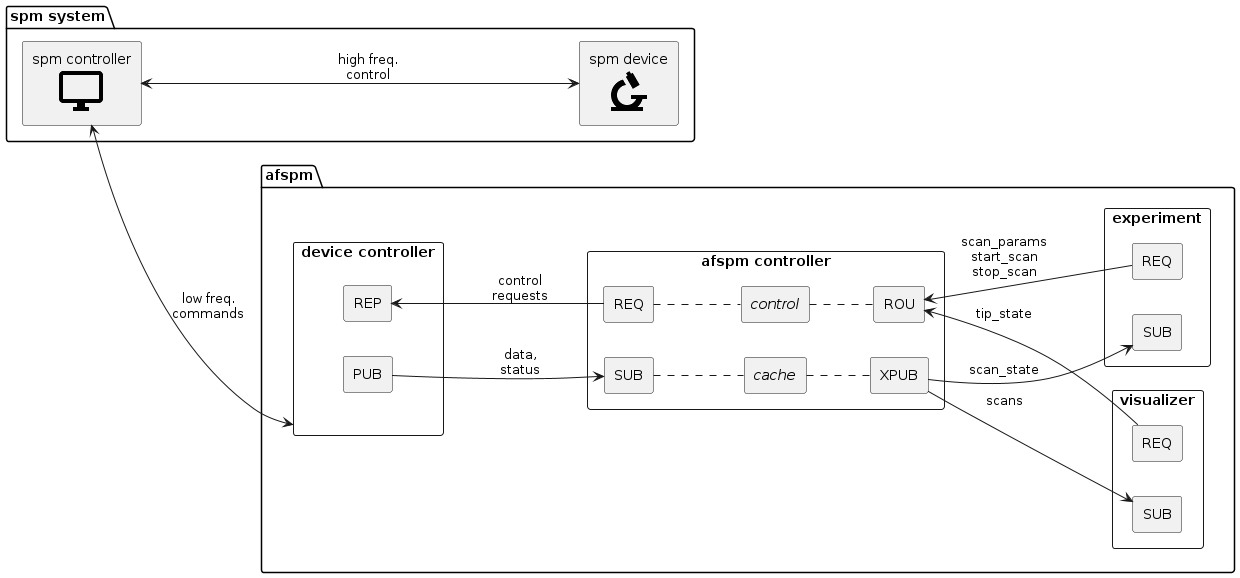
This is docs/images/afspm_control.png from nsulmol/afspm, a PlantUML export, as it was before one commit.
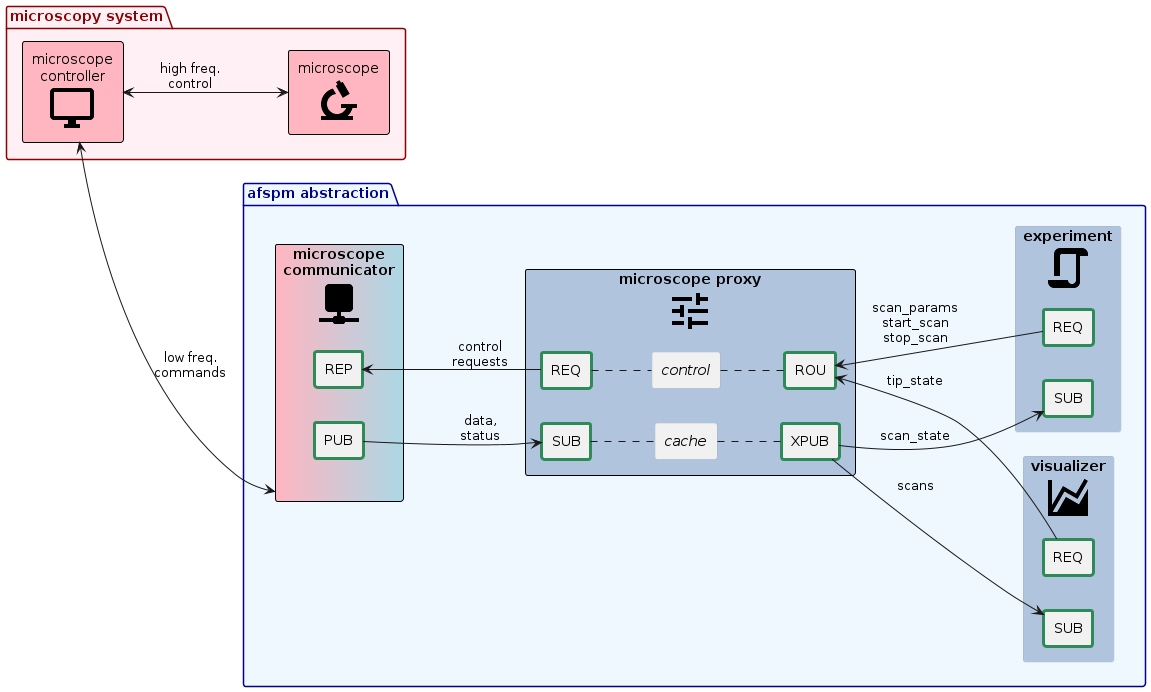
The same diagram one commit later.

Diff of the diagram source:
```diff
@@ -1,34 +1,29 @@
 @startuml
+!include style.puml
+!include microscopy.puml
 left to right direction
-skinparam componentStyle rectangle
-skinparam defaultTextAlignment center
-skinparam wrapWidth 200
-skinparam maxMessageSize 200
-!include <material/microscope>
-!include <material/monitor>
 
-package "spm system" as spm_system {
-  component "spm device\n<$ma_microscope>" as spmdev
-  component "spm controller\n<$ma_monitor>" as spmcon
-  spmcon <---> spmdev: high freq. \ncontrol
-}
+!include <material/network>
+!include <material/tune>
+!include <material/chart_areaspline>
+!include <material/script>
+
+package "afspm abstraction" <<groupinternal>> {
+  component "microscope\ncommunicator\n<$ma_network>" <<interface>> <<required>> as devcon {
+    component PUB <<socket>> as dc_pub
+    component REP <<socket>> as dc_rep
+  }
 
 
-package afspm {
-  component "device controller" as devcon {
-    component PUB as dc_pub
-    component REP as dc_rep
-  }
-
-  component "afspm controller" as afspm_con {
-    component SUB as afspm_sub
-    component XPUB as afspm_pub
+  component "microscope proxy\n<$ma_tune>" <<internal>> <<required>> as afspm_con {
+    component SUB <<socket>> as afspm_sub
+    component XPUB <<socket>> as afspm_pub
     component "//cache//" as afspm_cache
     afspm_sub .. afspm_cache
     afspm_cache .. afspm_pub
 
-    component REQ as afspm_req
-    component ROU as afspm_rou
+    component REQ <<socket>> as afspm_req
+    component ROU <<socket>> as afspm_rou
     component "//control//" as afspm_ctrl
     afspm_req .. afspm_ctrl
     afspm_ctrl .. afspm_rou
@@ -37,17 +32,18 @@
   dc_pub -d-> afspm_sub: data, \nstatus
   dc_rep <-d- afspm_req: control\nrequests
 
-  component experiment as experiment {
-    component SUB as exp_sub
-    component REQ as exp_req
+
+  component "experiment\n<$ma_script>" <<internal>> as exp {
+    component SUB <<socket>> as exp_sub
+    component REQ <<socket>> as exp_req
   }
 
   afspm_pub --> exp_sub: scan_state
   afspm_rou <-- exp_req: scan_params\nstart_scan\nstop_scan
 
-  component visualizer as viz {
-    component SUB as viz_sub
-    component REQ as viz_req
+  component "visualizer\n<$ma_chart_areaspline>" <<internal>> as viz {
+    component SUB <<socket>> as viz_sub
+    component REQ <<socket>> as viz_req
   }
 
   afspm_pub --> viz_sub: scans
```
